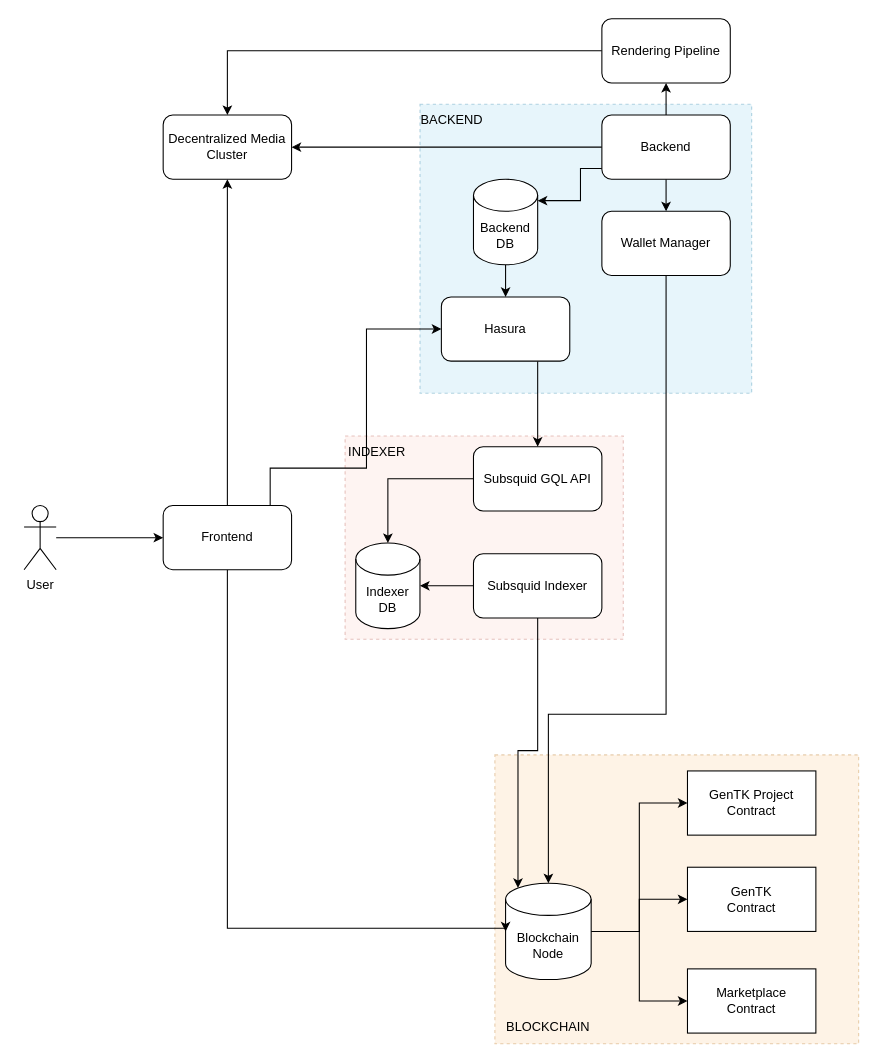
This is docs/architecture.drawio from fxhash/fxhash-evm-core, a draw.io file, before an edit. Source tidied: cells renumbered, new cells numbered last; positions are measured from the earlier drawing's top-left corner, leaving out a move shared by most shapes. Both pictures are drawn from the tidied source at 107%, with x=0, y=0 at pixel (24, 18).
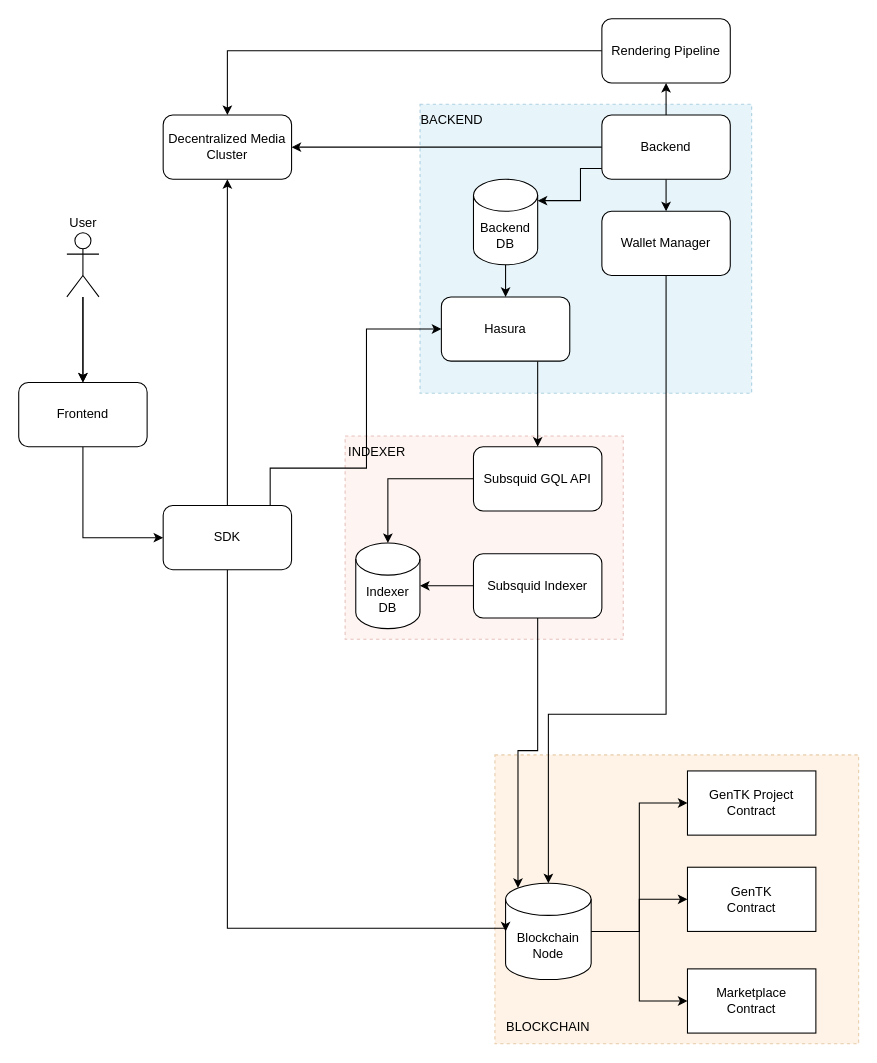
The same diagram, later.

Diff of the diagram source:
```diff
@@
-    <mxCell id="21" value="Frontend" style="rounded=1;whiteSpace=wrap;html=1;" parent="1" vertex="1">
+    <mxCell id="21" value="SDK" style="rounded=1;whiteSpace=wrap;html=1;" parent="1" vertex="1">
       <mxGeometry x="130" y="455" width="120" height="60" as="geometry" />
     </mxCell>
@@
-    <mxCell id="32" style="edgeStyle=orthogonalEdgeStyle;rounded=0;jettySize=auto;html=1;" parent="1" edge="1" source="33" target="21">
-      <mxGeometry relative="1" as="geometry" />
-    </mxCell>
+    <mxCell id="41" style="edgeStyle=orthogonalEdgeStyle;rounded=0;jettySize=auto;html=1;entryX=0.5;entryY=0;entryDx=0;entryDy=0;" parent="1" edge="1" source="33" target="44">
+      <mxGeometry relative="1" as="geometry" />
+    </mxCell>
+    <mxCell id="42" style="edgeStyle=orthogonalEdgeStyle;rounded=0;jettySize=auto;html=1;" parent="1" edge="1" source="33" target="44">
+      <mxGeometry relative="1" as="geometry" />
+    </mxCell>
-    <mxCell id="33" value="User" style="shape=umlActor;verticalLabelPosition=bottom;verticalAlign=top;html=1;outlineConnect=0;" parent="1" vertex="1">
-      <mxGeometry y="455" width="30" height="60" as="geometry" />
+    <mxCell id="33" value="User" style="shape=umlActor;verticalLabelPosition=top;verticalAlign=bottom;html=1;outlineConnect=0;labelPosition=center;align=center;" parent="1" vertex="1">
+      <mxGeometry x="40" y="200" width="30" height="60" as="geometry" />
     </mxCell>
@@
+    <mxCell id="43" style="edgeStyle=orthogonalEdgeStyle;rounded=0;jettySize=auto;html=1;entryX=0;entryY=0.5;entryDx=0;entryDy=0;exitX=0.5;exitY=1;exitDx=0;exitDy=0;" parent="1" edge="1" source="44" target="21">
+      <mxGeometry relative="1" as="geometry" />
+    </mxCell>
+    <mxCell id="44" value="Frontend" style="rounded=1;whiteSpace=wrap;html=1;" parent="1" vertex="1">
+      <mxGeometry x="-5" y="340" width="120" height="60" as="geometry" />
+    </mxCell>
```
